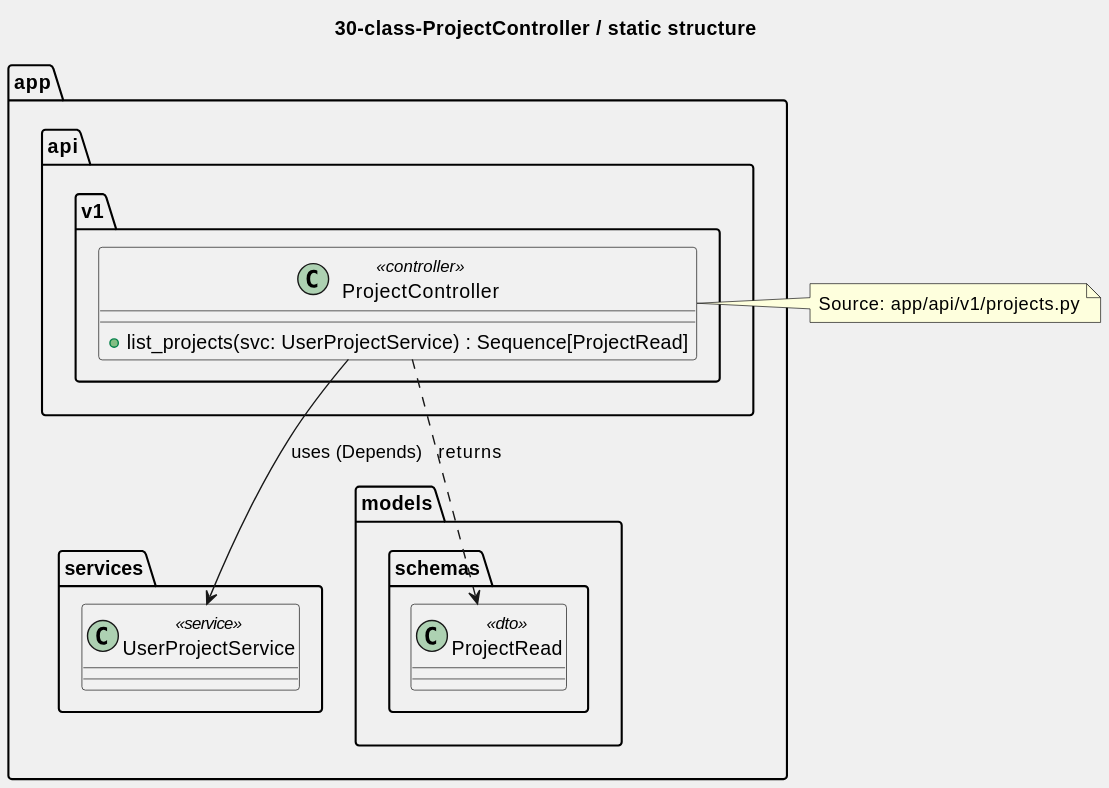
This is architecture/30-class-ProjectController.svg from lukasijus/mlv1sion, a PlantUML export, as it was before one commit.
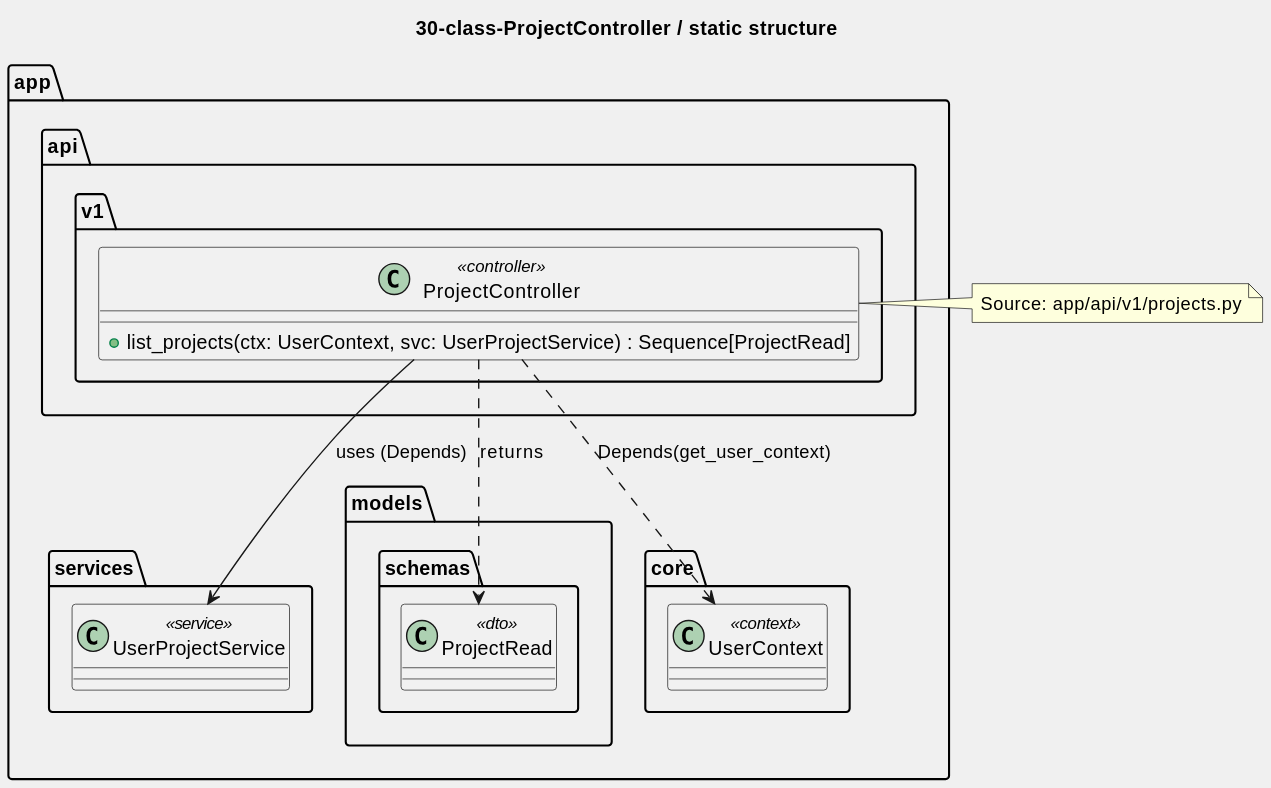
The same diagram one commit later.

What changed in the source:
```diff
@@ -4,7 +4,7 @@
 
 package "app.api.v1" {
   class ProjectController <<controller>> {
-    + list_projects(svc: UserProjectService) : Sequence[ProjectRead]
+    + list_projects(ctx: UserContext, svc: UserProjectService) : Sequence[ProjectRead]
   }
 }
 
@@ -16,8 +16,13 @@
   class ProjectRead <<dto>>
 }
 
+package "app.core" {
+  class UserContext <<context>>
+}
+
 ProjectController --> UserProjectService : uses (Depends)
 ProjectController ..> ProjectRead : returns
+ProjectController ..> UserContext : Depends(get_user_context)
 
 note right of ProjectController
 Source: app/api/v1/projects.py
```
